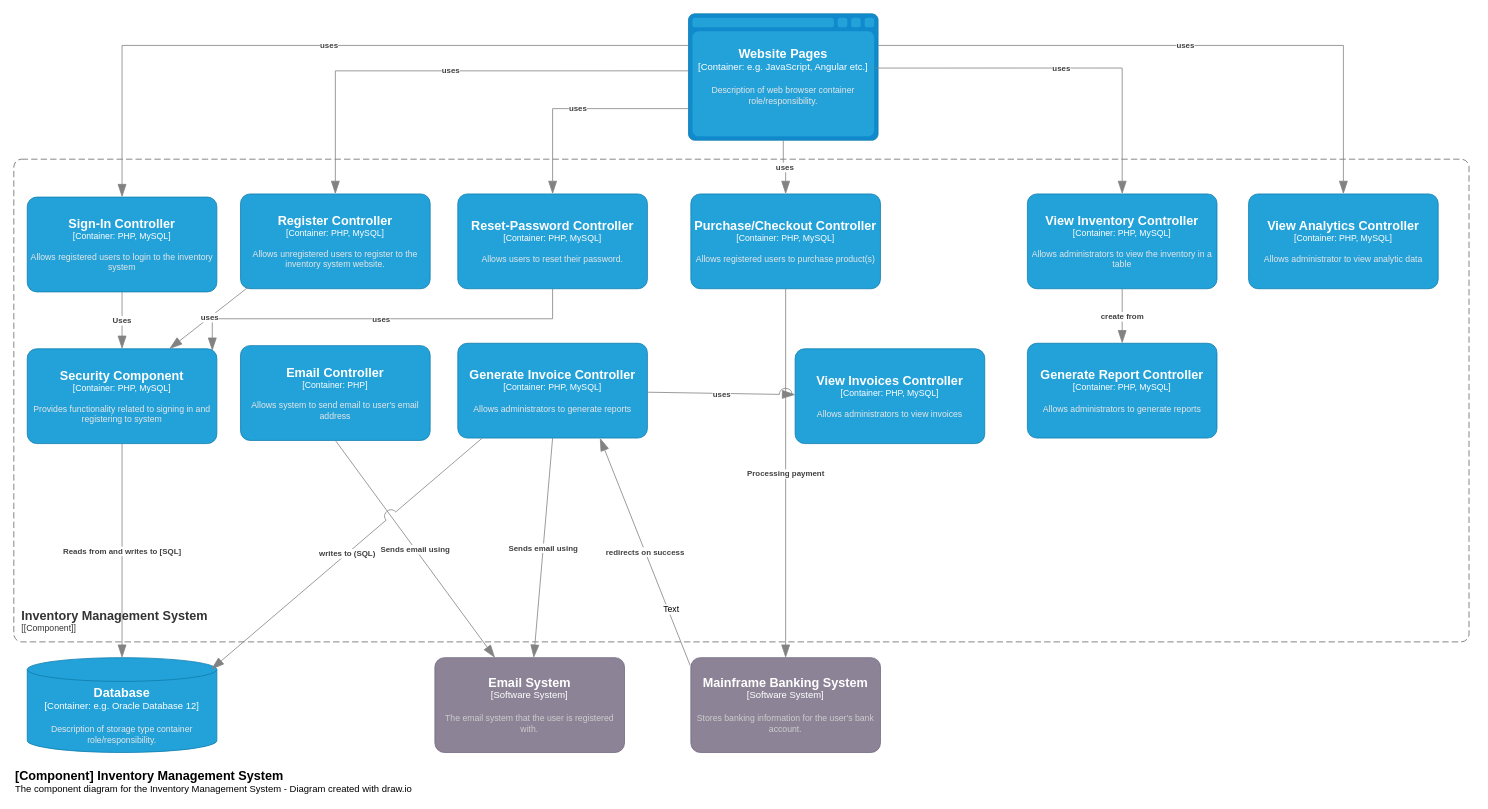
This is C4 Diagrams/ComponentDiagram.drawio from Vani0904/Team-Project-Inventory-System, a draw.io file, before an edit. Source tidied: cells renumbered, new cells numbered last; positions are measured from the earlier drawing's top-left corner, leaving out a move shared by most shapes. Both pictures are drawn from the tidied source at 79%, with x=0, y=0 at pixel (13, 13).
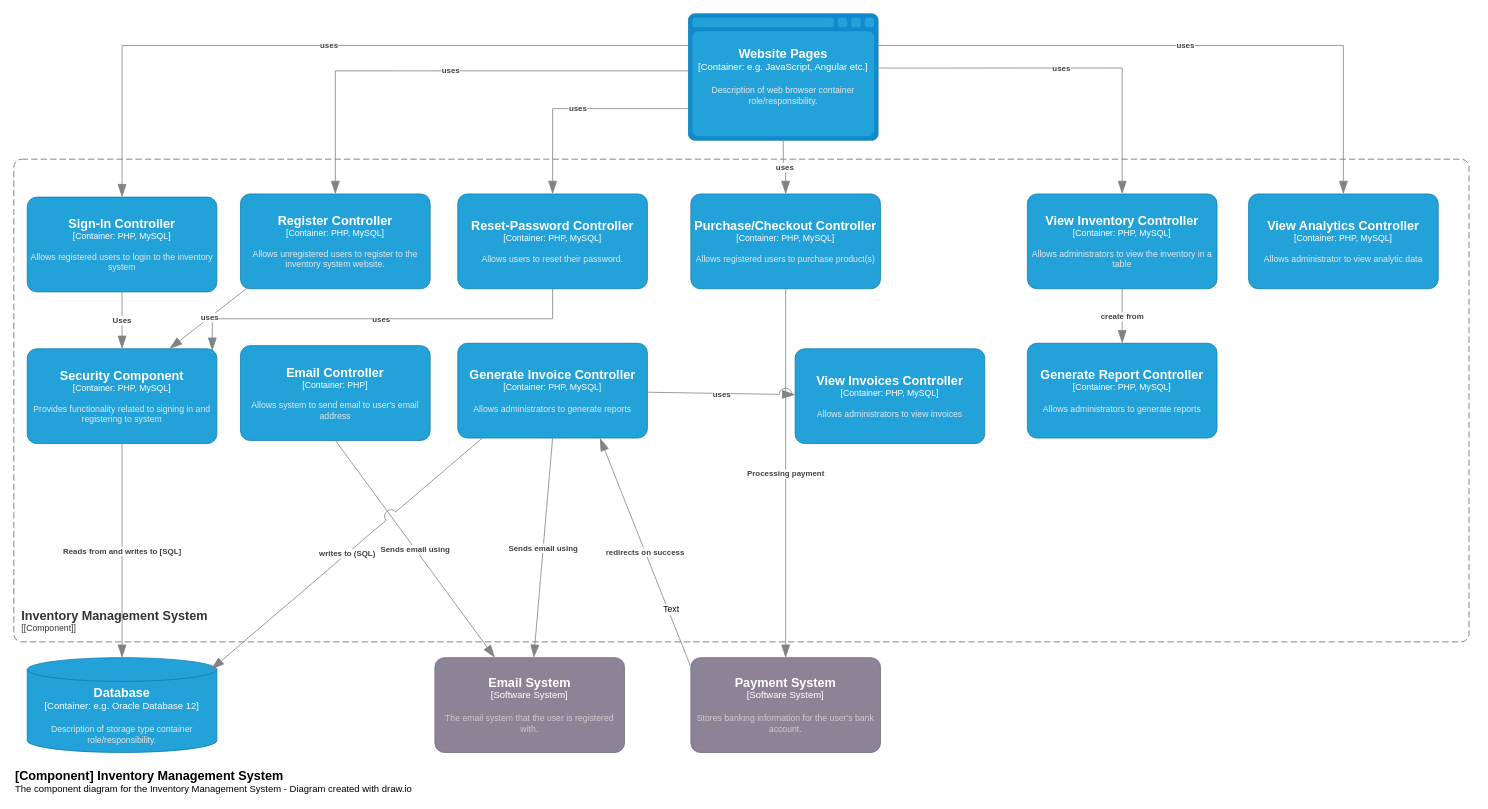
The same diagram, later.

Diff of the diagram source:
```diff
@@
-    <object id="22" label="&lt;font style=&quot;font-size: 16px&quot;&gt;&lt;b&gt;%c4Name%&lt;/b&gt;&lt;/font&gt;&lt;div&gt;[%c4Type%]&lt;/div&gt;&lt;br&gt;&lt;div&gt;&lt;font style=&quot;font-size: 11px&quot;&gt;&lt;font color=&quot;#cccccc&quot;&gt;%c4Description%&lt;/font&gt;&lt;/div&gt;" c4Description="Stores banking information for the user's bank account." c4Name="Mainframe Banking System" c4Type="Software System" placeholders="1">
+    <object id="22" label="&lt;font style=&quot;font-size: 16px&quot;&gt;&lt;b&gt;%c4Name%&lt;/b&gt;&lt;/font&gt;&lt;div&gt;[%c4Type%]&lt;/div&gt;&lt;br&gt;&lt;div&gt;&lt;font style=&quot;font-size: 11px&quot;&gt;&lt;font color=&quot;#cccccc&quot;&gt;%c4Description%&lt;/font&gt;&lt;/div&gt;" c4Description="Stores banking information for the user's bank account." c4Name="Payment System" c4Type="Software System" placeholders="1">
       <mxCell style="rounded=1;whiteSpace=wrap;html=1;labelBackgroundColor=none;fillColor=#8C8496;fontColor=#ffffff;align=center;arcSize=10;strokeColor=#736782;points=[[0.25,0,0],[0.5,0,0],[0.75,0,0],[1,0.25,0],[1,0.5,0],[1,0.75,0],[0.75,1,0],[0.5,1,0],[0.25,1,0],[0,0.75,0],[0,0.5,0],[0,0.25,0]];" parent="1" vertex="1">
         <mxGeometry x="857" y="815" width="240" height="120" as="geometry" />
       </mxCell>
     </object>
```
